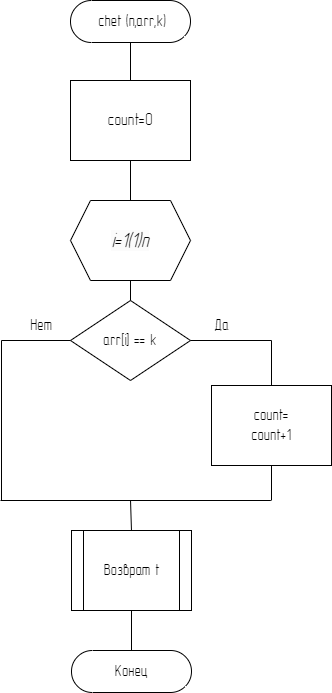
Above: LAB_VP_4_7.png in KirillBaboshko/labvp4 (draw.io), before the change. Source tidied: cells renumbered, new cells last; positions are measured from the earlier drawing's top-left corner, leaving out a move shared by most shapes.
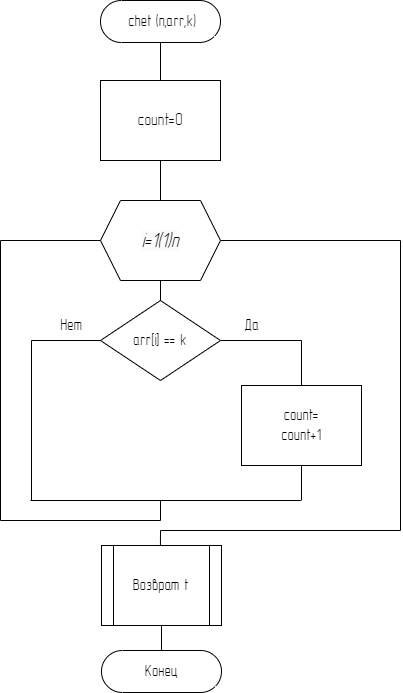
The same file after the commit.

Change to the diagram source:
```diff
@@ -17,7 +17,7 @@
       </mxGeometry>
     </mxCell>
     <mxCell id="6" value="&lt;font style=&quot;font-size: 16px;&quot; face=&quot;GOST Type A&quot;&gt;Возврат t&lt;/font&gt;" style="shape=process;whiteSpace=wrap;html=1;backgroundOutline=1;" parent="1" vertex="1">
-      <mxGeometry x="71" y="530" width="120" height="80" as="geometry" />
+      <mxGeometry x="71" y="545" width="120" height="80" as="geometry" />
     </mxCell>
     <mxCell id="7" value="&lt;font style=&quot;font-size: 16px;&quot;&gt;Конец&lt;/font&gt;" style="html=1;dashed=0;whiteSpace=wrap;shape=mxgraph.dfd.start;fontFamily=GOST type A;" parent="1" vertex="1">
       <mxGeometry x="71" y="650" width="120" height="42" as="geometry" />
@@ -69,10 +69,29 @@
         <mxPoint y="500" as="targetPoint" />
       </mxGeometry>
     </mxCell>
-    <mxCell id="19" style="endArrow=none;html=1;rounded=0;exitX=0.5;exitY=0;exitDx=0;exitDy=0;" parent="1" edge="1" source="6">
-      <mxGeometry relative="1" as="geometry">
-        <mxPoint x="130" y="500" as="targetPoint" />
-      </mxGeometry>
-    </mxCell>
+    <mxCell id="20" style="endArrow=none;html=1;rounded=0;" parent="1" edge="1">
+      <mxGeometry relative="1" as="geometry">
+        <mxPoint x="130" y="520" as="sourcePoint" />
+        <mxPoint x="130" y="500" as="targetPoint" />
+      </mxGeometry>
+    </mxCell>
+    <mxCell id="21" style="endArrow=none;html=1;rounded=0;exitX=0;exitY=0.5;exitDx=0;exitDy=0;" parent="1" edge="1" source="9">
+      <mxGeometry relative="1" as="geometry">
+        <mxPoint x="130" y="520" as="targetPoint" />
+        <Array as="points">
+          <mxPoint x="-30" y="240" />
+          <mxPoint x="-30" y="520" />
+        </Array>
+      </mxGeometry>
+    </mxCell>
+    <mxCell id="22" style="endArrow=none;html=1;rounded=0;entryX=1;entryY=0.5;entryDx=0;entryDy=0;exitX=0.491;exitY=0.004;exitDx=0;exitDy=0;exitPerimeter=0;" parent="1" edge="1" source="6" target="9">
+      <mxGeometry relative="1" as="geometry">
+        <Array as="points">
+          <mxPoint x="130" y="530" />
+          <mxPoint x="370" y="530" />
+          <mxPoint x="370" y="240" />
+        </Array>
+      </mxGeometry>
+    </mxCell>
   </root>
 </mxGraphModel>
```
